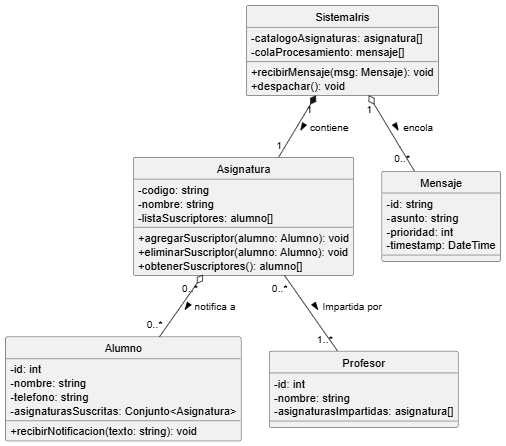
Before: entregas/gonzalezMarcos/documentos/entidadesPrincipales.png, a diagram exported from PlantUML (mmasias/25-26-EDA1). Its source is kept beside it as entregas/gonzalezMarcos/documentosUML/entidadesPrincipales.puml.
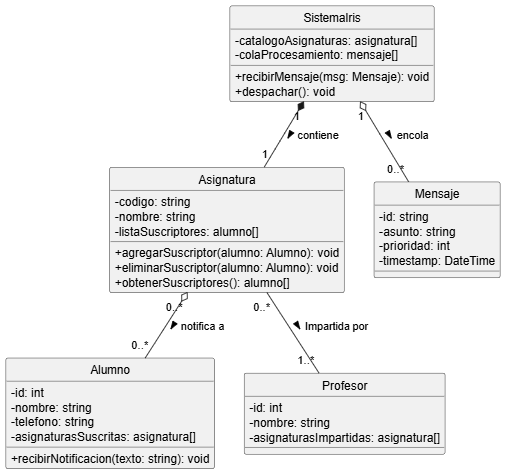
After the commit.

Change to the diagram source:
```diff
@@ -14,7 +14,7 @@
     - id: int
     - nombre: string
     - telefono: string
-    - asignaturasSuscritas: Conjunto<Asignatura>
+    - asignaturasSuscritas: asignatura[]
     + recibirNotificacion(texto: string): void
 }
 
```
